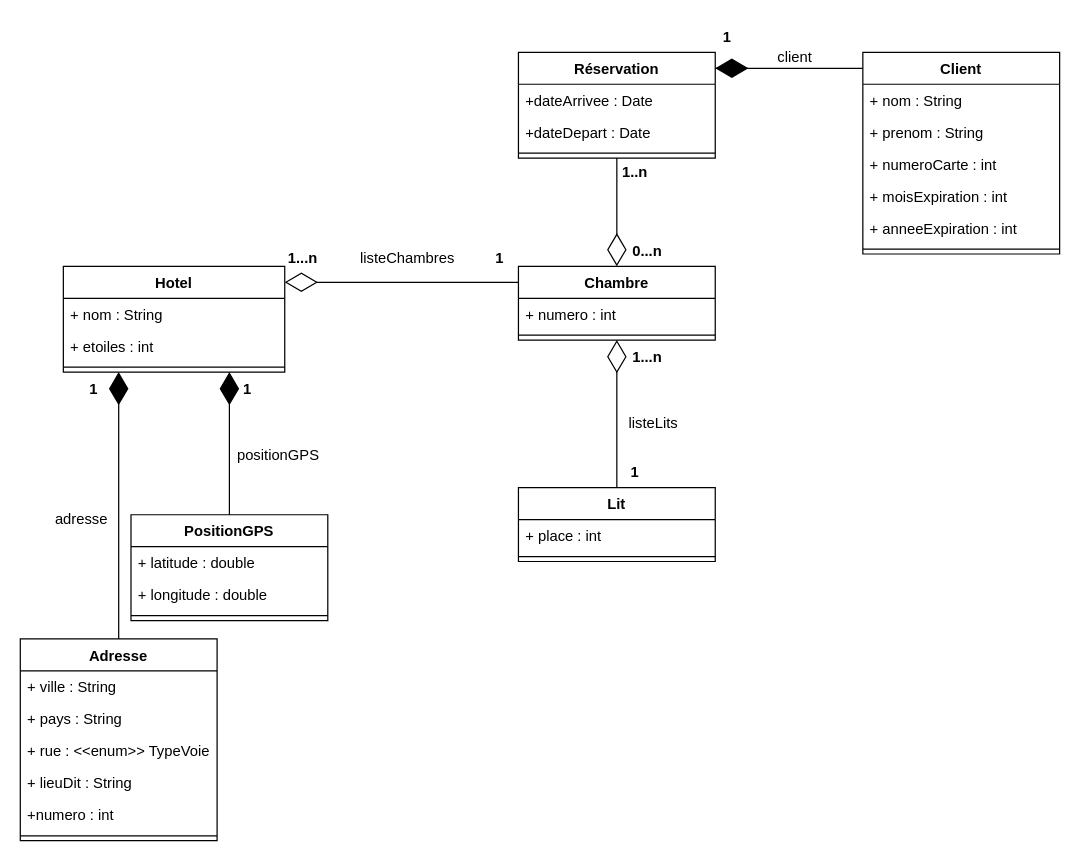
Before: M1/704_ALD/TP2_SOAP/Schéma_UML_service.drawio in Sc00bi/Master-GL, a draw.io diagram. Source tidied: cells renumbered, new cells numbered last; positions are measured from the earlier drawing's top-left corner, leaving out a move shared by most shapes. Both pictures are drawn from the tidied source at 123%, with x=0, y=0 at pixel (20, 20).
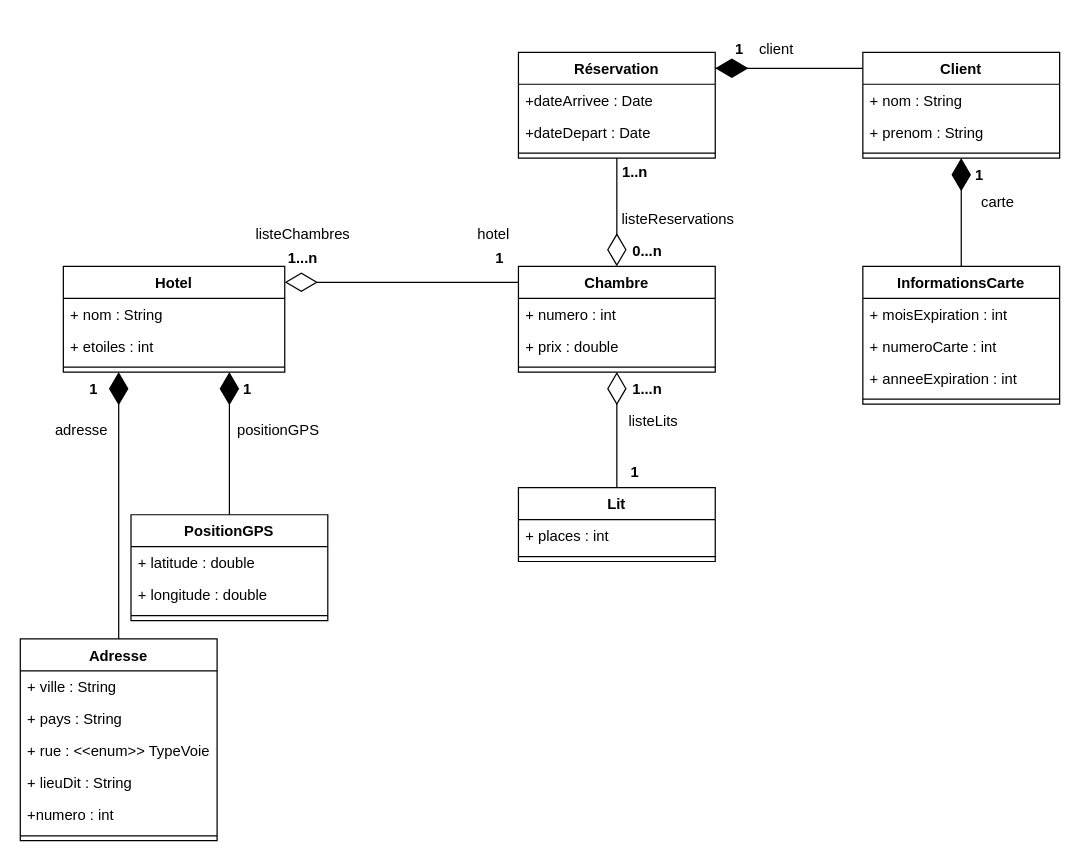
Above is the later version.

Unchanged cells that the change refers to:
```xml
<mxCell id="26" value="Lit" style="swimlane;fontStyle=1;align=center;verticalAlign=top;horizontal=1;startSize=26;" parent="1" vertex="1">
  <mxGeometry x="405" y="380" width="160" height="60" as="geometry" />
</mxCell>
```

Change to the diagram source:
```diff
@@
     <mxCell id="21" value="client" style="text;align=center;fontStyle=0;verticalAlign=middle;spacingLeft=3;spacingRight=3;strokeColor=none;" parent="1" vertex="1">
-      <mxGeometry x="590" y="16" width="80" height="26" as="geometry" />
+      <mxGeometry x="575" y="10" width="80" height="26" as="geometry" />
     </mxCell>
     <mxCell id="22" value="adresse" style="text;align=center;fontStyle=0;verticalAlign=middle;spacingLeft=3;spacingRight=3;strokeColor=none;" parent="1" vertex="1">
-      <mxGeometry x="10" y="392" width="80" height="26" as="geometry" />
+      <mxGeometry x="10" y="320" width="80" height="26" as="geometry" />
     </mxCell>
     <mxCell id="23" value="Chambre" style="swimlane;fontStyle=1;align=center;verticalAlign=top;horizontal=1;startSize=26;" parent="1" vertex="1">
-      <mxGeometry x="405" y="200" width="160" height="60" as="geometry" />
+      <mxGeometry x="405" y="200" width="160" height="86" as="geometry" />
     </mxCell>
@@
+    <mxCell id="54" value="+ prix : double" style="text;strokeColor=none;fillColor=none;align=left;verticalAlign=top;spacingLeft=4;spacingRight=4;overflow=hidden;" parent="23" vertex="1">
+      <mxGeometry y="52" width="160" height="26" as="geometry" />
+    </mxCell>
     <mxCell id="25" style="line;strokeWidth=1;fillColor=none;align=left;verticalAlign=middle;spacingTop=-1;spacingLeft=3;spacingRight=3;labelPosition=right;" parent="23" vertex="1">
-      <mxGeometry y="52" width="160" height="8" as="geometry" />
+      <mxGeometry y="78" width="160" height="8" as="geometry" />
     </mxCell>
@@
-    <mxCell id="27" value="+ place : int" style="text;strokeColor=none;fillColor=none;align=left;verticalAlign=top;spacingLeft=4;spacingRight=4;overflow=hidden;" parent="26" vertex="1">
+    <mxCell id="27" value="+ places : int" style="text;strokeColor=none;fillColor=none;align=left;verticalAlign=top;spacingLeft=4;spacingRight=4;overflow=hidden;" parent="26" vertex="1">
       <mxGeometry y="26" width="160" height="26" as="geometry" />
     </mxCell>
@@
     <mxCell id="30" value="listeLits" style="text;align=center;fontStyle=0;verticalAlign=middle;spacingLeft=3;spacingRight=3;strokeColor=none;" parent="1" vertex="1">
-      <mxGeometry x="475" y="314" width="80" height="26" as="geometry" />
+      <mxGeometry x="475" y="312" width="80" height="26" as="geometry" />
     </mxCell>
     <mxCell id="31" value="1...n" style="text;align=center;fontStyle=1;verticalAlign=middle;spacingLeft=3;spacingRight=3;strokeColor=none;" parent="1" vertex="1">
-      <mxGeometry x="495" y="260" width="30" height="26" as="geometry" />
+      <mxGeometry x="495" y="286" width="30" height="26" as="geometry" />
     </mxCell>
@@
-    <mxCell id="36" value="listeChambres" style="text;align=center;fontStyle=0;verticalAlign=middle;spacingLeft=3;spacingRight=3;strokeColor=none;" parent="1" vertex="1">
-      <mxGeometry x="275" y="180" width="80" height="26" as="geometry" />
+    <mxCell id="36" value="hotel" style="text;align=center;fontStyle=0;verticalAlign=middle;spacingLeft=3;spacingRight=3;strokeColor=none;" parent="1" vertex="1">
+      <mxGeometry x="345" y="160" width="80" height="26" as="geometry" />
     </mxCell>
@@
     <mxCell id="41" value="Client" style="swimlane;fontStyle=1;align=center;verticalAlign=top;horizontal=1;startSize=26;" parent="1" vertex="1">
-      <mxGeometry x="685" y="26" width="160" height="164" as="geometry" />
+      <mxGeometry x="685" y="26" width="160" height="86" as="geometry" />
     </mxCell>
@@
-    <mxCell id="44" value="+ numeroCarte : int" style="text;strokeColor=none;fillColor=none;align=left;verticalAlign=top;spacingLeft=4;spacingRight=4;overflow=hidden;" parent="41" vertex="1">
-      <mxGeometry y="78" width="160" height="26" as="geometry" />
-    </mxCell>
-    <mxCell id="45" value="+ moisExpiration : int" style="text;strokeColor=none;fillColor=none;align=left;verticalAlign=top;spacingLeft=4;spacingRight=4;overflow=hidden;" parent="41" vertex="1">
-      <mxGeometry y="104" width="160" height="26" as="geometry" />
-    </mxCell>
-    <mxCell id="46" value="+ anneeExpiration : int" style="text;strokeColor=none;fillColor=none;align=left;verticalAlign=top;spacingLeft=4;spacingRight=4;overflow=hidden;" parent="41" vertex="1">
-      <mxGeometry y="130" width="160" height="26" as="geometry" />
-    </mxCell>
     <mxCell id="47" style="line;strokeWidth=1;fillColor=none;align=left;verticalAlign=middle;spacingTop=-1;spacingLeft=3;spacingRight=3;labelPosition=right;" parent="41" vertex="1">
-      <mxGeometry y="156" width="160" height="8" as="geometry" />
+      <mxGeometry y="78" width="160" height="8" as="geometry" />
     </mxCell>
@@
     <mxCell id="49" value="1" style="text;align=center;fontStyle=1;verticalAlign=middle;spacingLeft=3;spacingRight=3;strokeColor=none;" parent="1" vertex="1">
-      <mxGeometry x="560" width="30" height="26" as="geometry" />
+      <mxGeometry x="765" y="112" width="30" height="26" as="geometry" />
     </mxCell>
     <mxCell id="50" value="positionGPS" style="text;align=center;fontStyle=0;verticalAlign=middle;spacingLeft=3;spacingRight=3;strokeColor=none;" parent="1" vertex="1">
-      <mxGeometry x="170" y="340" width="80" height="26" as="geometry" />
+      <mxGeometry x="170" y="320" width="80" height="26" as="geometry" />
     </mxCell>
@@
+    <mxCell id="55" value="InformationsCarte" style="swimlane;fontStyle=1;align=center;verticalAlign=top;horizontal=1;startSize=26;" parent="1" vertex="1">
+      <mxGeometry x="685" y="200" width="160" height="112" as="geometry" />
+    </mxCell>
+    <mxCell id="45" value="+ moisExpiration : int" style="text;strokeColor=none;fillColor=none;align=left;verticalAlign=top;spacingLeft=4;spacingRight=4;overflow=hidden;" parent="55" vertex="1">
+      <mxGeometry y="26" width="160" height="26" as="geometry" />
+    </mxCell>
+    <mxCell id="44" value="+ numeroCarte : int" style="text;strokeColor=none;fillColor=none;align=left;verticalAlign=top;spacingLeft=4;spacingRight=4;overflow=hidden;" parent="55" vertex="1">
+      <mxGeometry y="52" width="160" height="26" as="geometry" />
+    </mxCell>
+    <mxCell id="46" value="+ anneeExpiration : int" style="text;strokeColor=none;fillColor=none;align=left;verticalAlign=top;spacingLeft=4;spacingRight=4;overflow=hidden;" parent="55" vertex="1">
+      <mxGeometry y="78" width="160" height="26" as="geometry" />
+    </mxCell>
+    <mxCell id="56" style="line;strokeWidth=1;fillColor=none;align=left;verticalAlign=middle;spacingTop=-1;spacingLeft=3;spacingRight=3;labelPosition=right;" parent="55" vertex="1">
+      <mxGeometry y="104" width="160" height="8" as="geometry" />
+    </mxCell>
+    <mxCell id="57" style="endArrow=diamondThin;endFill=1;endSize=24;html=1;rounded=0;entryX=0.5;entryY=1;entryDx=0;entryDy=0;exitX=0.5;exitY=0;exitDx=0;exitDy=0;" parent="1" edge="1" source="55" target="41">
+      <mxGeometry relative="1" as="geometry">
+        <Array as="points">
+          <mxPoint x="765" y="140" />
+        </Array>
+      </mxGeometry>
+    </mxCell>
+    <mxCell id="58" value="1" style="text;align=center;fontStyle=1;verticalAlign=middle;spacingLeft=3;spacingRight=3;strokeColor=none;" parent="1" vertex="1">
+      <mxGeometry x="570" y="10" width="30" height="26" as="geometry" />
+    </mxCell>
+    <mxCell id="59" value="carte" style="text;align=center;fontStyle=0;verticalAlign=middle;spacingLeft=3;spacingRight=3;strokeColor=none;" parent="1" vertex="1">
+      <mxGeometry x="755" y="134" width="80" height="26" as="geometry" />
+    </mxCell>
+    <mxCell id="60" value="listeChambres" style="text;align=center;fontStyle=0;verticalAlign=middle;spacingLeft=3;spacingRight=3;strokeColor=none;" parent="1" vertex="1">
+      <mxGeometry x="190" y="160" width="80" height="26" as="geometry" />
+    </mxCell>
+    <mxCell id="61" value="listeReservations" style="text;align=center;fontStyle=0;verticalAlign=middle;spacingLeft=3;spacingRight=3;strokeColor=none;" parent="1" vertex="1">
+      <mxGeometry x="495" y="148" width="80" height="26" as="geometry" />
+    </mxCell>
```
